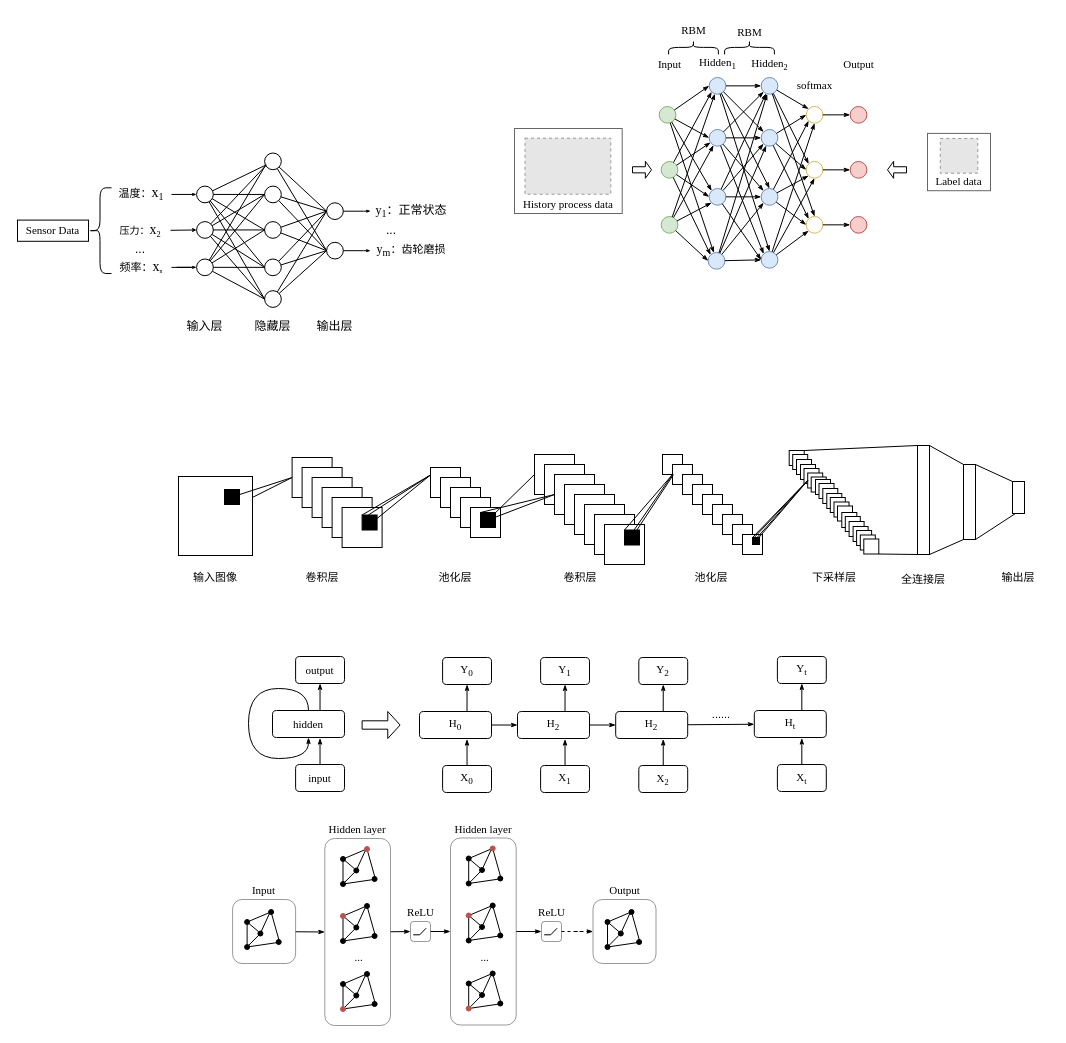
The draw.io diagram page "第 10 页" (10 of 10) of 故障诊断流程图.drawio in GPlaying/brain_map, before the edit. Source tidied: cells renumbered, new cells numbered last; positions are measured from the earlier drawing's top-left corner, leaving out a move shared by most shapes. Both pictures are drawn from the tidied source at 100%, with x=0, y=0 at pixel (17, 17). Pictures stored in the file or linked from it are replaced by grey dashed boxes.
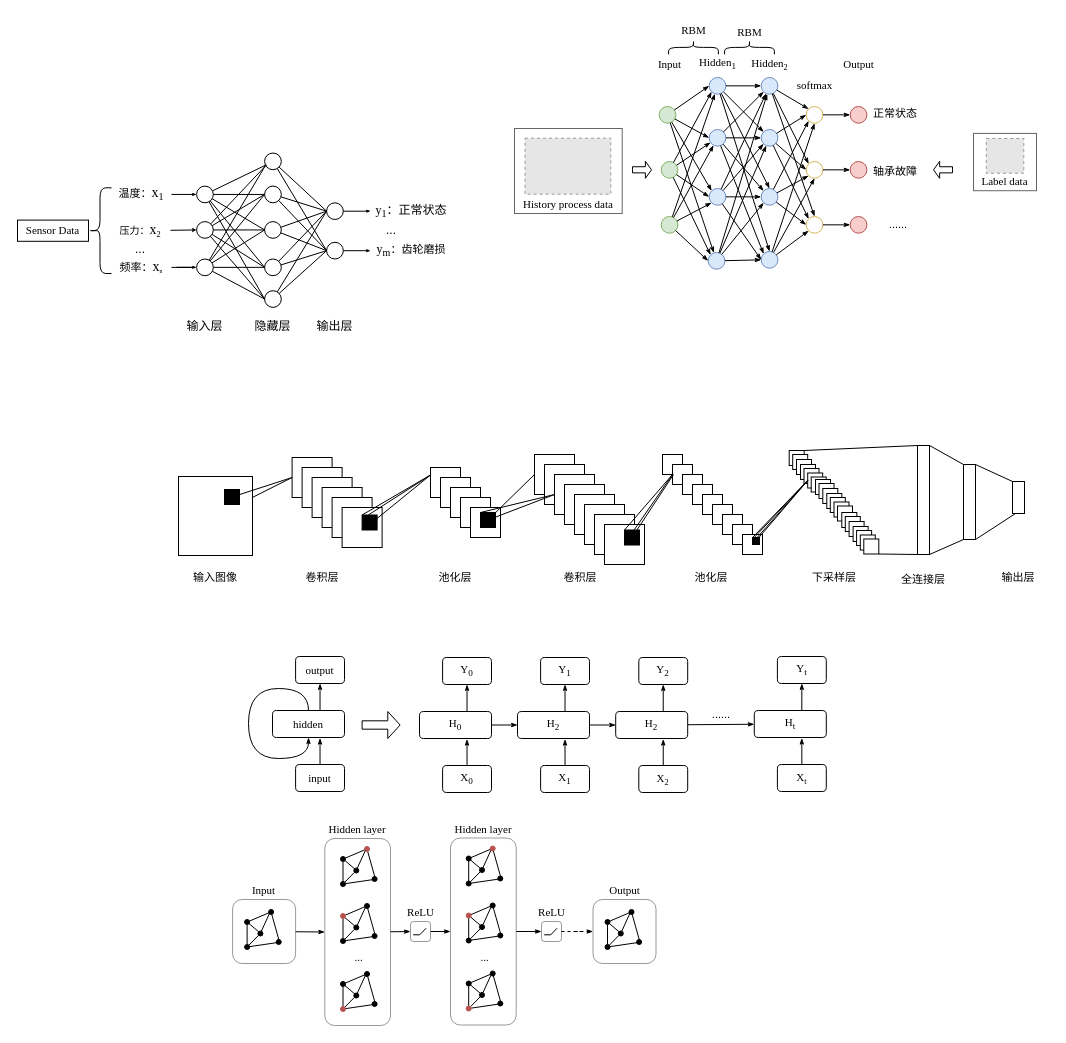
After the change.

Commit message (it also covers changes not shown here):
更新故障诊断流程图.drawio

What changed in the source:
```diff
@@
     <mxCell id="291" value="&lt;font face=&quot;Times New Roman&quot;&gt;Label data&lt;/font&gt;" style="rounded=0;whiteSpace=wrap;html=1;fontFamily=Helvetica;fontSize=11;fontColor=default;direction=east;verticalAlign=bottom;opacity=60;" parent="1" vertex="1">
-      <mxGeometry x="910" y="115.9" width="63" height="57.3" as="geometry" />
+      <mxGeometry x="956" y="115.9" width="63" height="57.3" as="geometry" />
     </mxCell>
     <mxCell id="292" style="html=1;shadow=0;dashed=0;align=center;verticalAlign=middle;shape=mxgraph.arrows2.arrow;dy=0.64;dx=6.13;direction=south;notch=0;fontFamily=Helvetica;fontSize=11;fontColor=default;rotation=90;" parent="1" vertex="1">
-      <mxGeometry x="871" y="142.8" width="17" height="19" as="geometry" />
+      <mxGeometry x="917" y="142.8" width="17" height="19" as="geometry" />
     </mxCell>
@@
     <mxCell id="366" style="fillColor=#E6E6E6;strokeColor=#999999;dashed=1;verticalLabelPosition=bottom;labelBackgroundColor=default;verticalAlign=top;" parent="1" vertex="1">
-      <mxGeometry x="922.8" y="121" width="37.5" height="34.7" as="geometry" />
+      <mxGeometry x="968.8" y="121" width="37.5" height="34.7" as="geometry" />
     </mxCell>
+    <mxCell id="367" value="&lt;font face=&quot;宋体&quot;&gt;正常状态&lt;/font&gt;" style="text;html=1;strokeColor=none;fillColor=none;align=center;verticalAlign=middle;whiteSpace=wrap;rounded=0;fontSize=11;fontFamily=Helvetica;fontColor=default;" parent="1" vertex="1">
+      <mxGeometry x="850.6" y="86" width="54.4" height="19.7" as="geometry" />
+    </mxCell>
+    <mxCell id="368" value="&lt;font face=&quot;宋体&quot;&gt;轴承故障&lt;/font&gt;" style="text;html=1;strokeColor=none;fillColor=none;align=center;verticalAlign=middle;whiteSpace=wrap;rounded=0;fontSize=11;fontFamily=Helvetica;fontColor=default;" parent="1" vertex="1">
+      <mxGeometry x="850.6" y="143.7" width="54.4" height="19.7" as="geometry" />
+    </mxCell>
+    <mxCell id="369" value="&lt;font face=&quot;宋体&quot;&gt;......&lt;/font&gt;" style="text;html=1;strokeColor=none;fillColor=none;align=center;verticalAlign=middle;whiteSpace=wrap;rounded=0;fontSize=11;fontFamily=Helvetica;fontColor=default;" parent="1" vertex="1">
+      <mxGeometry x="854.1" y="197.5" width="54.4" height="19.7" as="geometry" />
+    </mxCell>
```
